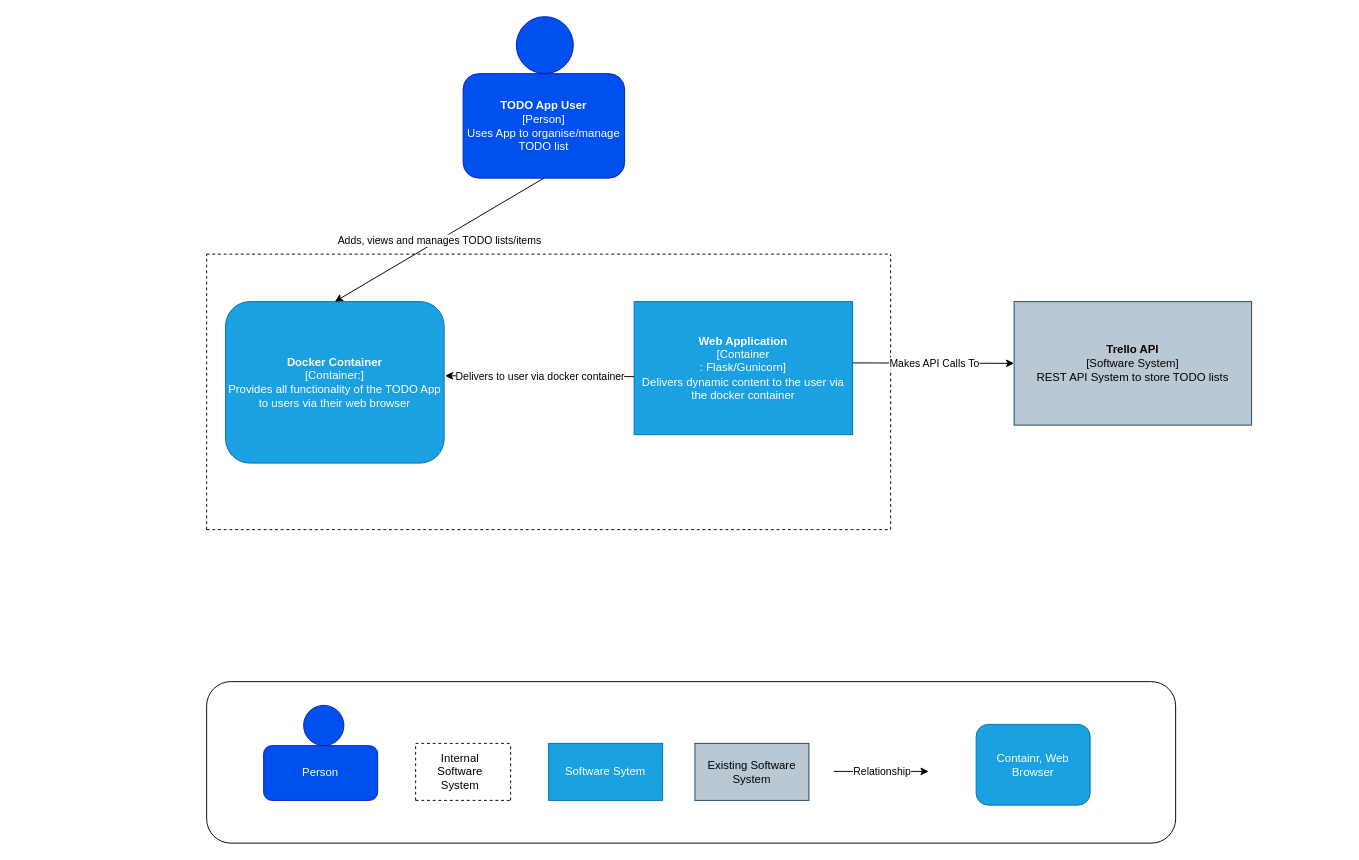
Above: documentation/Container_Diagrams.drawio in kogoe1/DevOps-Course-Starter (draw.io), before the change. Source tidied: cells renumbered, new cells numbered last; positions are measured from the earlier drawing's top-left corner, leaving out a move shared by most shapes. Both pictures are drawn from the tidied source at 95%, with x=0, y=0 at pixel (206, 16).
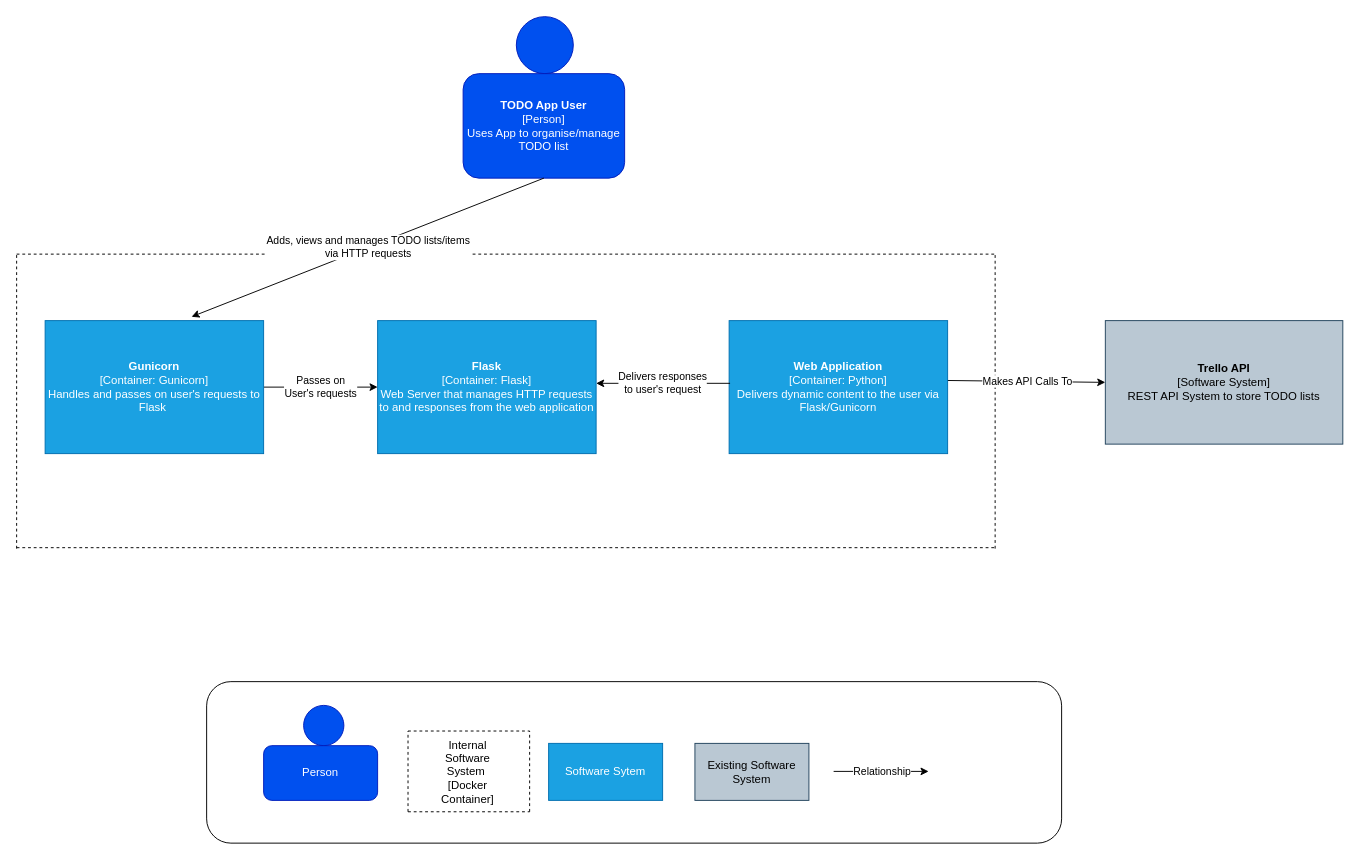
The same diagram, later.

Commit message (it also covers changes not shown here):
Modified Container and Component diagrams

Unchanged cells that the change refers to:
```xml
<mxCell id="4" value="&lt;div&gt;&lt;b&gt;TODO App User&lt;/b&gt;&lt;br&gt;&lt;/div&gt;&lt;div&gt;[Person]&lt;/div&gt;&lt;div&gt;Uses App to organise/manage TODO list&lt;br&gt;&lt;/div&gt;" style="rounded=1;whiteSpace=wrap;html=1;fillColor=#0050ef;strokeColor=#001DBC;fontColor=#ffffff;" parent="2" vertex="1">
  <mxGeometry y="60" width="170" height="110" as="geometry" />
</mxCell>
```

Diff of the diagram source:
```diff
@@
-    <mxCell id="5" value="&lt;div&gt;&lt;b&gt;Web Application&lt;/b&gt;&lt;/div&gt;&lt;div&gt;[Container&lt;br&gt;&lt;/div&gt;&lt;div&gt;: Flask/Gunicorn]&lt;/div&gt;&lt;div&gt;Delivers dynamic content to the user via the docker container&lt;br&gt;&lt;/div&gt;" style="rounded=0;whiteSpace=wrap;html=1;fillColor=#1ba1e2;strokeColor=#006EAF;fontColor=#ffffff;" parent="1" vertex="1">
-      <mxGeometry x="450" y="300" width="230" height="140" as="geometry" />
+    <mxCell id="5" value="&lt;div&gt;&lt;b&gt;Flask&lt;/b&gt;&lt;/div&gt;&lt;div&gt;[Container&lt;span&gt;: Flask]&lt;/span&gt;&lt;/div&gt;&lt;div&gt;Web Server that manages HTTP requests to and responses from the web application&lt;br&gt;&lt;/div&gt;" style="rounded=0;whiteSpace=wrap;html=1;fillColor=#1ba1e2;strokeColor=#006EAF;fontColor=#ffffff;" parent="1" vertex="1">
+      <mxGeometry x="180" y="320" width="230" height="140" as="geometry" />
     </mxCell>
     <mxCell id="6" value="&lt;div&gt;&lt;b&gt;Trello API&lt;/b&gt;&lt;/div&gt;&lt;div&gt;[Software System]&lt;/div&gt;&lt;div&gt;REST API System to store TODO lists&lt;br&gt;&lt;/div&gt;" style="rounded=0;whiteSpace=wrap;html=1;fillColor=#bac8d3;strokeColor=#23445d;" parent="1" vertex="1">
-      <mxGeometry x="850" y="300" width="250" height="130" as="geometry" />
+      <mxGeometry x="946" y="320" width="250" height="130" as="geometry" />
     </mxCell>
-    <mxCell id="7" value="&lt;div&gt;&lt;b&gt;Docker Container&lt;/b&gt;&lt;/div&gt;&lt;div&gt;[Container:]&lt;/div&gt;&lt;div&gt;Provides all functionality of the TODO App to users via their web browser&lt;br&gt;&lt;/div&gt;" style="rounded=1;whiteSpace=wrap;html=1;fillColor=#1ba1e2;strokeColor=#006EAF;fontColor=#ffffff;" parent="1" vertex="1">
-      <mxGeometry x="20" y="300" width="230" height="170" as="geometry" />
-    </mxCell>
     <mxCell id="8" style="endArrow=none;dashed=1;html=1;" parent="1" edge="1">
       <mxGeometry relative="1" as="geometry">
-        <mxPoint y="250" as="sourcePoint" />
-        <mxPoint x="720" y="250" as="targetPoint" />
+        <mxPoint x="-200" y="250" as="sourcePoint" />
+        <mxPoint x="830" y="250" as="targetPoint" />
       </mxGeometry>
     </mxCell>
     <mxCell id="9" style="endArrow=none;dashed=1;html=1;" parent="1" edge="1">
       <mxGeometry relative="1" as="geometry">
-        <mxPoint y="540" as="sourcePoint" />
-        <mxPoint x="720" y="540" as="targetPoint" />
+        <mxPoint x="-200" y="559" as="sourcePoint" />
+        <mxPoint x="830" y="559" as="targetPoint" />
       </mxGeometry>
     </mxCell>
     <mxCell id="10" style="endArrow=none;dashed=1;html=1;" parent="1" edge="1">
       <mxGeometry relative="1" as="geometry">
-        <mxPoint y="540" as="sourcePoint" />
-        <mxPoint y="250" as="targetPoint" />
+        <mxPoint x="-200" y="560" as="sourcePoint" />
+        <mxPoint x="-200" y="250" as="targetPoint" />
       </mxGeometry>
     </mxCell>
     <mxCell id="11" style="endArrow=none;dashed=1;html=1;" parent="1" edge="1">
       <mxGeometry relative="1" as="geometry">
-        <mxPoint x="720" y="540" as="sourcePoint" />
-        <mxPoint x="720" y="250" as="targetPoint" />
+        <mxPoint x="830" y="560" as="sourcePoint" />
+        <mxPoint x="830" y="250" as="targetPoint" />
       </mxGeometry>
     </mxCell>
-    <mxCell id="12" style="endArrow=classic;html=1;entryX=0;entryY=0.5;entryDx=0;entryDy=0;" parent="1" edge="1" target="6">
-      <mxGeometry relative="1" as="geometry">
-        <mxPoint x="680" y="364.5" as="sourcePoint" />
-      </mxGeometry>
+    <mxCell id="12" style="endArrow=classic;html=1;entryX=0;entryY=0.5;entryDx=0;entryDy=0;exitX=0.996;exitY=0.45;exitDx=0;exitDy=0;exitPerimeter=0;" parent="1" edge="1" source="34" target="6">
+      <mxGeometry relative="1" as="geometry" />
     </mxCell>
@@
-    <mxCell id="14" style="endArrow=classic;html=1;exitX=0;exitY=0.564;exitDx=0;exitDy=0;exitPerimeter=0;entryX=1.004;entryY=0.459;entryDx=0;entryDy=0;entryPerimeter=0;" parent="1" edge="1" source="5" target="7">
+    <mxCell id="14" value="Passes on &lt;br&gt;User's requests" style="endArrow=classic;html=1;entryX=0;entryY=0.5;entryDx=0;entryDy=0;exitX=1;exitY=0.5;exitDx=0;exitDy=0;" parent="1" edge="1" source="33" target="5">
       <mxGeometry relative="1" as="geometry" />
     </mxCell>
-    <mxCell id="15" value="Delivers to user via docker container" style="edgeLabel;html=1;align=center;verticalAlign=middle;" parent="14" vertex="1">
-      <mxGeometry relative="1" as="geometry" />
-    </mxCell>
     <mxCell id="16" style="rounded=1;whiteSpace=wrap;html=1;" parent="1" vertex="1">
-      <mxGeometry y="700" width="1020" height="170" as="geometry" />
+      <mxGeometry y="700" width="900" height="170" as="geometry" />
     </mxCell>
@@
     <mxCell id="20" style="group;" parent="1" vertex="1">
-      <mxGeometry x="220" y="765" width="100" height="60" as="geometry" />
+      <mxGeometry x="212" y="752" width="128" height="85" as="geometry" />
     </mxCell>
     <mxCell id="21" style="endArrow=none;dashed=1;html=1;" parent="20" edge="1">
       <mxGeometry relative="1" as="geometry">
         <mxPoint as="sourcePoint" />
-        <mxPoint x="100" as="targetPoint" />
+        <mxPoint x="128" as="targetPoint" />
         <Array as="points">
           <mxPoint />
         </Array>
       </mxGeometry>
     </mxCell>
     <mxCell id="22" style="endArrow=none;dashed=1;html=1;" parent="20" edge="1">
       <mxGeometry relative="1" as="geometry">
-        <mxPoint x="100" y="60" as="sourcePoint" />
-        <mxPoint x="100" as="targetPoint" />
+        <mxPoint x="128" y="85" as="sourcePoint" />
+        <mxPoint x="128" as="targetPoint" />
       </mxGeometry>
     </mxCell>
     <mxCell id="23" style="endArrow=none;dashed=1;html=1;" parent="20" edge="1">
       <mxGeometry relative="1" as="geometry">
-        <mxPoint y="60" as="sourcePoint" />
-        <mxPoint x="100" y="60" as="targetPoint" />
+        <mxPoint y="85" as="sourcePoint" />
+        <mxPoint x="128" y="85" as="targetPoint" />
         <Array as="points">
-          <mxPoint y="60" />
+          <mxPoint y="85" />
         </Array>
       </mxGeometry>
     </mxCell>
     <mxCell id="24" style="endArrow=none;dashed=1;html=1;" parent="20" edge="1">
       <mxGeometry relative="1" as="geometry">
-        <mxPoint y="60" as="sourcePoint" />
+        <mxPoint y="85" as="sourcePoint" />
         <mxPoint as="targetPoint" />
       </mxGeometry>
     </mxCell>
@@
-    <mxCell id="29" value="Internal Software System" style="text;html=1;strokeColor=none;fillColor=none;align=center;verticalAlign=middle;whiteSpace=wrap;rounded=0;" parent="1" vertex="1">
-      <mxGeometry x="247" y="785" width="40" height="20" as="geometry" />
+    <mxCell id="29" value="Internal Software System&amp;nbsp; [Docker Container]" style="text;html=1;strokeColor=none;fillColor=none;align=center;verticalAlign=middle;whiteSpace=wrap;rounded=0;" parent="1" vertex="1">
+      <mxGeometry x="230" y="785" width="90" height="20" as="geometry" />
     </mxCell>
-    <mxCell id="30" value="Containr, Web Browser" style="rounded=1;whiteSpace=wrap;html=1;fillColor=#1ba1e2;strokeColor=#006EAF;fontColor=#ffffff;" parent="1" vertex="1">
-      <mxGeometry x="810" y="745" width="120" height="85" as="geometry" />
-    </mxCell>
-    <mxCell id="31" style="endArrow=classic;html=1;exitX=0.5;exitY=1;exitDx=0;exitDy=0;entryX=0.5;entryY=0;entryDx=0;entryDy=0;" parent="1" edge="1" source="4" target="7">
+    <mxCell id="31" style="endArrow=classic;html=1;exitX=0.5;exitY=1;exitDx=0;exitDy=0;entryX=0.67;entryY=-0.029;entryDx=0;entryDy=0;entryPerimeter=0;" parent="1" edge="1" source="4" target="33">
       <mxGeometry relative="1" as="geometry" />
     </mxCell>
-    <mxCell id="32" value="Adds, views and manages TODO lists/items" style="edgeLabel;html=1;align=center;verticalAlign=middle;" parent="31" vertex="1">
+    <mxCell id="32" value="Adds, views and manages TODO lists/items&lt;br&gt;via HTTP requests" style="edgeLabel;html=1;align=center;verticalAlign=middle;" parent="31" vertex="1">
       <mxGeometry relative="1" as="geometry" />
     </mxCell>
+    <mxCell id="33" value="&lt;div&gt;&lt;b&gt;Gunicorn&lt;/b&gt;&lt;/div&gt;&lt;div&gt;[Container&lt;span&gt;: Gunicorn]&lt;/span&gt;&lt;/div&gt;&lt;div&gt;Handles and passes on user's requests to Flask&amp;nbsp;&lt;br&gt;&lt;/div&gt;" style="rounded=0;whiteSpace=wrap;html=1;fillColor=#1ba1e2;strokeColor=#006EAF;fontColor=#ffffff;" parent="1" vertex="1">
+      <mxGeometry x="-170" y="320" width="230" height="140" as="geometry" />
+    </mxCell>
+    <mxCell id="34" value="&lt;div&gt;&lt;b&gt;Web Application&lt;/b&gt;&lt;/div&gt;&lt;div&gt;[Container&lt;span&gt;: Python]&lt;/span&gt;&lt;/div&gt;&lt;div&gt;Delivers dynamic content to the user via Flask/Gunicorn&lt;br&gt;&lt;/div&gt;" style="rounded=0;whiteSpace=wrap;html=1;fillColor=#1ba1e2;strokeColor=#006EAF;fontColor=#ffffff;" parent="1" vertex="1">
+      <mxGeometry x="550" y="320" width="230" height="140" as="geometry" />
+    </mxCell>
+    <mxCell id="35" value="Delivers responses&lt;br&gt;to user's request" style="endArrow=classic;html=1;" parent="1" edge="1">
+      <mxGeometry relative="1" as="geometry">
+        <mxPoint x="551" y="386" as="sourcePoint" />
+        <mxPoint x="410" y="386" as="targetPoint" />
+      </mxGeometry>
+    </mxCell>
```
